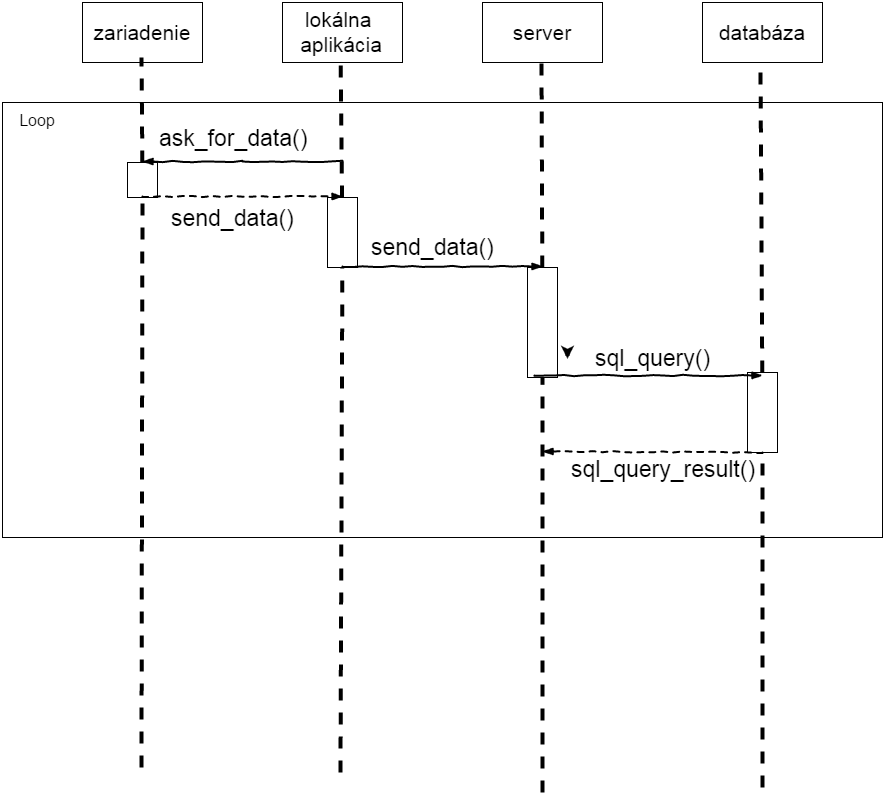
Above: Diagramy/sekvencny diagram.png in TIS2016/MeracieZariadenia (draw.io), before the change. Source tidied: cells renumbered, new cells last; positions are measured from the earlier drawing's top-left corner, leaving out a move shared by most shapes.
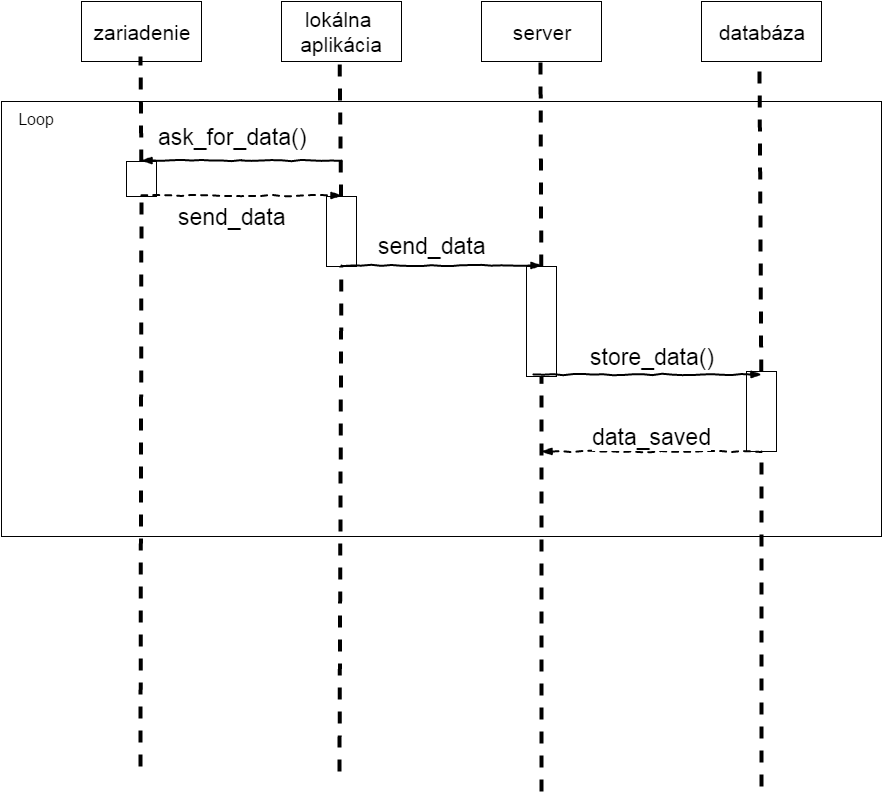
The same file after the commit.

Commit message:
Edit sekvencny a stavovy diagram

What changed in the source:
```diff
@@ -55,7 +55,7 @@
         <mxPoint x="340" y="194" as="targetPoint" />
       </mxGeometry>
     </mxCell>
-    <mxCell id="16" value="send_data()" style="text;html=1;align=center;verticalAlign=middle;labelBackgroundColor=#ffffff;fontSize=23;" parent="15" vertex="1">
+    <mxCell id="16" value="send_data" style="text;html=1;align=center;verticalAlign=middle;labelBackgroundColor=#ffffff;fontSize=23;" parent="15" vertex="1">
       <mxGeometry x="-0.28" y="-8" relative="1" as="geometry">
         <mxPoint x="18" y="13" as="offset" />
       </mxGeometry>
@@ -75,7 +75,7 @@
         <mxPoint x="540" y="264" as="targetPoint" />
       </mxGeometry>
     </mxCell>
-    <mxCell id="21" value="send_data()" style="text;html=1;align=center;verticalAlign=middle;labelBackgroundColor=#ffffff;fontSize=23;" parent="20" vertex="1">
+    <mxCell id="21" value="send_data" style="text;html=1;align=center;verticalAlign=middle;labelBackgroundColor=#ffffff;fontSize=23;" parent="20" vertex="1">
       <mxGeometry x="-0.28" y="-8" relative="1" as="geometry">
         <mxPoint x="18" y="-28" as="offset" />
       </mxGeometry>
@@ -86,7 +86,7 @@
         <mxPoint x="760" y="373" as="targetPoint" />
       </mxGeometry>
     </mxCell>
-    <mxCell id="23" value="sql_query()" style="text;html=1;align=center;verticalAlign=middle;labelBackgroundColor=#ffffff;fontSize=23;" parent="22" vertex="1">
+    <mxCell id="23" value="store_data()" style="text;html=1;align=center;verticalAlign=middle;labelBackgroundColor=#ffffff;fontSize=23;" parent="22" vertex="1">
       <mxGeometry x="-0.28" y="-8" relative="1" as="geometry">
         <mxPoint x="36" y="-26" as="offset" />
       </mxGeometry>
@@ -138,16 +138,6 @@
         <mxPoint x="338" y="770" as="sourcePoint" />
       </mxGeometry>
     </mxCell>
-    <mxCell id="34" style="rounded=0;comic=1;strokeWidth=2;endArrow=blockThin;html=1;fontFamily=Comic Sans MS;fontStyle=1;exitX=0.5;exitY=1;dashed=1;" parent="1" edge="1" source="8">
-      <mxGeometry x="768" y="494" as="geometry">
-        <mxPoint x="540" y="449" as="targetPoint" />
-      </mxGeometry>
-    </mxCell>
-    <mxCell id="35" value="sql_query_result()" style="text;html=1;align=center;verticalAlign=middle;labelBackgroundColor=#ffffff;fontSize=23;" parent="34" vertex="1">
-      <mxGeometry x="-0.28" y="-8" relative="1" as="geometry">
-        <mxPoint x="-20" y="24" as="offset" />
-      </mxGeometry>
-    </mxCell>
     <mxCell id="36" style="endArrow=none;dashed=1;html=1;strokeWidth=4;endSize=9;startSize=9;" parent="1" edge="1" target="3">
       <mxGeometry x="659" y="105" as="geometry">
         <mxPoint x="540" y="790" as="sourcePoint" />
@@ -156,5 +146,16 @@
     <mxCell id="37" value="Loop" style="text;html=1;strokeColor=none;fillColor=none;align=center;verticalAlign=middle;whiteSpace=wrap;fontSize=16;" parent="1" vertex="1">
       <mxGeometry y="100" width="70" height="35" as="geometry" />
     </mxCell>
+    <mxCell id="38" style="rounded=0;comic=1;strokeWidth=2;endArrow=blockThin;html=1;fontFamily=Comic Sans MS;fontStyle=1;dashed=1;" parent="1" edge="1">
+      <mxGeometry x="673" y="460" as="geometry">
+        <mxPoint x="760" y="450" as="sourcePoint" />
+        <mxPoint x="540" y="450" as="targetPoint" />
+      </mxGeometry>
+    </mxCell>
+    <mxCell id="39" value="data_saved" style="text;html=1;align=center;verticalAlign=middle;labelBackgroundColor=#ffffff;fontSize=23;" parent="38" vertex="1">
+      <mxGeometry x="-0.28" y="-8" relative="1" as="geometry">
+        <mxPoint x="-31" y="-7" as="offset" />
+      </mxGeometry>
+    </mxCell>
   </root>
 </mxGraphModel>
```
